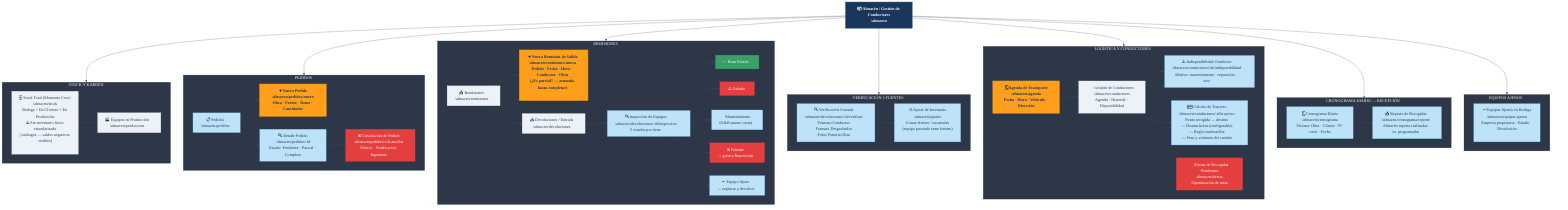
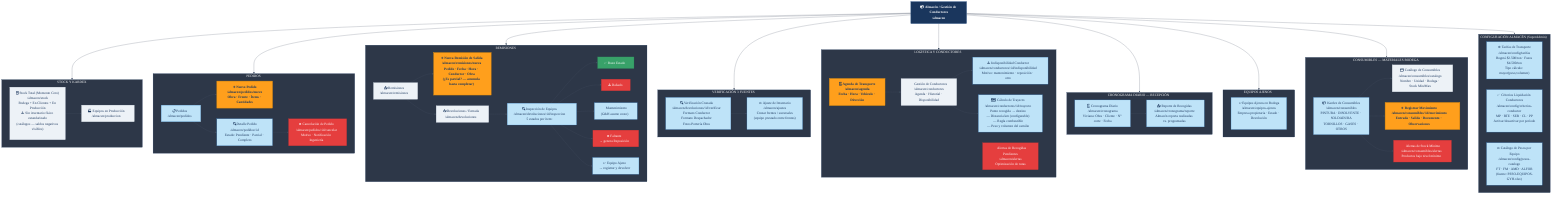
%%{init: {
  'theme': 'base',
  'themeVariables': {
    'primaryColor': '#1A365D',
    'primaryTextColor': '#FFFFFF',
    'primaryBorderColor': '#1A365D',
    'lineColor': '#4A5568',
    'secondaryColor': '#EDF2F7',
    'clusterBkg': '#2D3748',
    'clusterBorder': '#1A365D',
    'titleColor': '#FFFFFF',
    'edgeLabelBackground': '#F7FAFC',
    'fontFamily': 'Montserrat, sans-serif'
  }
}}%%

flowchart TD
    classDef modulo  fill:#1A365D,color:#FFFFFF,stroke:#2C5282,stroke-width:2px,font-weight:bold
    classDef pagina  fill:#EDF2F7,color:#1A365D,stroke:#CBD5E0,stroke-width:1px
    classDef cta     fill:#FF9F1C,color:#1A365D,stroke:#E8910A,stroke-width:2px,font-weight:bold
    classDef alerta  fill:#E53E3E,color:#FFFFFF,stroke:#C53030,stroke-width:1px
    classDef exito   fill:#38A169,color:#FFFFFF,stroke:#2F855A,stroke-width:1px
    classDef nuevo   fill:#BEE3F8,color:#1A365D,stroke:#3182CE,stroke-width:1px

    INV["📦 Almacén / Gestión de Conductores\n/almacen"]:::modulo

    subgraph S_STOCK["STOCK Y KARDEX"]
        INV_STOCK["🗄️ Stock Total (Momento Cero)\n/almacen/stock\nBodega + En Clientes + En Producción\n⚠️ Sin inventario físico estandarizado\n(catálogos — saldos negativos visibles)"]:::pagina
        INV_PROD["🏭 Equipos en Producción\n/almacen/produccion"]:::pagina
        INV_STOCK --> INV_PROD
    end

    subgraph S_PEDIDOS["PEDIDOS"]
        INV_PED["📋 Pedidos\n/almacen/pedidos"]:::nuevo
        INV_PED_NEW["➕ Nuevo Pedido\n/almacen/pedidos/nuevo\nObra · Frente · Ítems · Cantidades"]:::cta
        INV_PED_DET["🔍 Detalle Pedido\n/almacen/pedidos/:id\nEstado: Pendiente · Parcial · Completo"]:::nuevo
        INV_CANCEL["❌ Cancelación de Pedido\n/almacen/pedidos/:id/cancelar\nMotivo · Notificación Ingeniería"]:::alerta
        INV_PED --> INV_PED_NEW & INV_PED_DET
        INV_PED_DET --> INV_CANCEL
    end

    subgraph S_REM["REMISIONES"]
        INV_REM["📤 Remisiones\n/almacen/remisiones"]:::pagina
        INV_REM_NEW["➕ Nueva Remisión de Salida\n/almacen/remisiones/nueva\nPedido · Fecha · Hora · Conductor · Obra\n(¿Es parcial? — acumula hasta completar)"]:::cta
        INV_DEV["📥 Devoluciones / Entrada\n/almacen/devoluciones"]:::pagina
        INV_INSP["🔍 Inspección de Equipos\n/almacen/devoluciones/:id/inspeccion\n5 estados por ítem:"]:::nuevo
        INV_OK["✅ Buen Estado"]:::exito
        INV_DAN["⚠️ Dañado"]:::alerta
        INV_MANT["🔧 Mantenimiento\n(G&H asume costo)"]:::nuevo
        INV_FALT["❌ Faltante\n→ genera Reposición"]:::alerta
        INV_AJENO["↩️ Equipo Ajeno\n→ registrar y devolver"]:::nuevo
        INV_REM --> INV_REM_NEW
        INV_REM --> INV_DEV
        INV_DEV --> INV_INSP
        INV_INSP --> INV_OK & INV_DAN & INV_MANT & INV_FALT & INV_AJENO
    end

    subgraph S_VER["VERIFICACIÓN 3 FUENTES"]
        INV_VF["🔍 Verificación Cruzada\n/almacen/devoluciones/:id/verificar\nFormato Conductor\nFormato Despachador\nFotos Portería Obra"]:::nuevo
        INV_AJUSTE["⚖️ Ajuste de Inventario\n/almacen/ajustes\nCruzar frentes / sucursales\n(equipo prestado entre frentes)"]:::nuevo
        INV_VF --> INV_AJUSTE
    end

    subgraph S_LOGISTICA["LOGÍSTICA Y CONDUCTORES"]
        INV_AGENDA["🗓️ Agenda de Transporte\n/almacen/agenda\nFecha · Hora · Vehículo · Dirección"]:::cta
        INV_COND["🚛 Gestión de Conductores\n/almacen/conductores\nAgenda · Historial · Disponibilidad"]:::pagina
        INV_COND_INDISP["⚠️ Indisponibilidad Conductor\n/almacen/conductores/:id/indisponibilidad\nMotivo: mantenimiento · reposición · otro\nFechas desde/hasta"]:::nuevo
        INV_TRAY["🗺️ Cálculo de Trayecto\n/almacen/conductores/:id/trayecto\nPunto recogida → destino\n― Distancia km (configurable)\n― Regla combustible\n― Peso y volumen del camión"]:::nuevo
        INV_ALERTA["🔔 Alertas de Recogidas Pendientes\n/almacen/alertas\nOptimización de rutas"]:::alerta
        INV_AGENDA --> INV_COND
        INV_COND --> INV_COND_INDISP & INV_TRAY
    end

    subgraph S_CRONOGRAMA["CRONOGRAMA DIARIO — RECEPCIÓN"]
        INV_CRONO["🗓️ Cronograma Diario\n/almacen/cronograma\nViviana: Obra · Cliente · N° corte · Fecha"]:::nuevo
        INV_CRONO_REP["📤 Reporte de Recogidas\n/almacen/cronograma/reporte\nAlmacén reporta realizadas vs. programadas"]:::nuevo
        INV_CRONO --> INV_CRONO_REP
    end

    subgraph S_AJENOS["EQUIPOS AJENOS"]
        INV_AJENOS_LIST["↩️ Equipos Ajenos en Bodega\n/almacen/equipos-ajenos\nEmpresa propietaria · Estado · Devolución"]:::nuevo
    end

-     INV --> S_STOCK & S_PEDIDOS & S_REM & S_VER & S_LOGISTICA & S_CRONOGRAMA & S_AJENOS
+     subgraph S_CONSUMIBLES["CONSUMIBLES — MATERIALES BODEGA"]
+         INV_CONS["📦 Kardex de Consumibles\n/almacen/consumibles\nPINTURA · DISOLVENTE · SOLDADURA\nTORNILLOS · GASES · OTROS"]:::nuevo
+         INV_CONS_CAT["🗂️ Catálogo de Consumibles\n/almacen/consumibles/catalogo\nNombre · Unidad · Bodega · Stock Min/Max"]:::pagina
+         INV_CONS_MOV["➕ Registrar Movimiento\n/almacen/consumibles/:id/movimiento\nEntrada · Salida · Documento · Observaciones"]:::cta
+         INV_CONS_ALERTA["🔔 Alertas de Stock Mínimo\n/almacen/consumibles/alertas\nProductos bajo nivel mínimo"]:::alerta
+         INV_CONS --> INV_CONS_CAT & INV_CONS_MOV & INV_CONS_ALERTA
+     end
+ 
+     subgraph S_CONFIG["CONFIGURACIÓN ALMACÉN (SuperAdmin)"]
+         INV_CONF_TARIFA["⚙️ Tarifas de Transporte\n/almacen/config/tarifas\nBogotá $2.500/ton · Fuera $4.500/ton\nTipo cálculo: mayor(peso,volumen)"]:::nuevo
+         INV_CONF_CRIT["✅ Criterios Liquidación Conductores\n/almacen/config/criterios-conductor\nMP · RTE · SER · CL · PP\nActivar/desactivar por período"]:::nuevo
+         INV_CONF_PESOS["⚖️ Catálogo de Pesos por Equipo\n/almacen/config/pesos-catalogo\nFT · FM · AMD · ALFOR\n(fuente: PESO-EQUIPOS-GYH.xlsx)"]:::nuevo
+     end
+ 
+     INV --> S_STOCK & S_PEDIDOS & S_REM & S_VER & S_LOGISTICA & S_CRONOGRAMA & S_AJENOS & S_CONSUMIBLES & S_CONFIG
